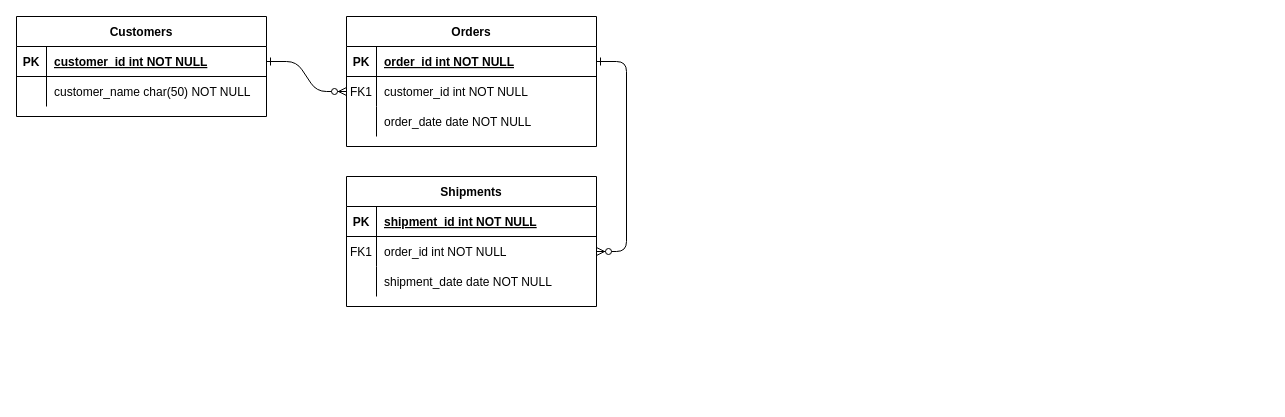
Earlier version of the draw.io diagram ERD.drawio (BondarevDima/Hospital). Source tidied: cells renumbered, new cells numbered last; positions are measured from the earlier drawing's top-left corner, leaving out a move shared by most shapes. Both pictures are drawn from the tidied source at 100%, with x=0, y=0 at pixel (16, 16).
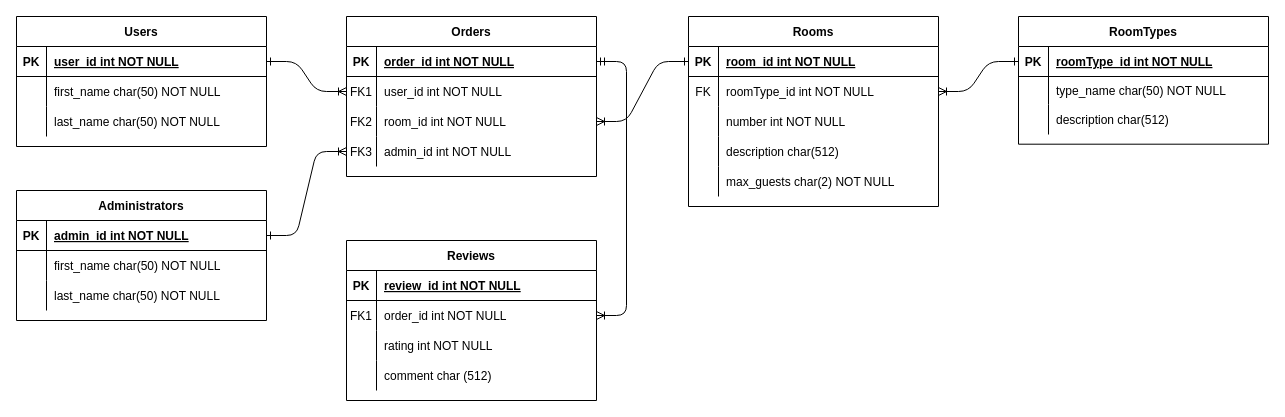
Above is the later version.

Unchanged cells that the change refers to:
```xml
<mxCell id="5" style="shape=partialRectangle;fillColor=none;points=[[0,0.5],[1,0.5]];portConstraint=eastwest;top=0;left=0;right=0;bottom=1;" parent="4" vertex="1">
  <mxGeometry y="30" width="250" height="30" as="geometry" />
</mxCell>
<mxCell id="8" style="shape=partialRectangle;fillColor=none;points=[[0,0.5],[1,0.5]];portConstraint=eastwest;top=0;left=0;right=0;bottom=0;" parent="4" vertex="1">
  <mxGeometry y="60" width="250" height="30" as="geometry" />
</mxCell>
<mxCell id="11" style="shape=partialRectangle;fillColor=none;points=[[0,0.5],[1,0.5]];portConstraint=eastwest;top=0;left=0;right=0;bottom=0;" parent="4" vertex="1">
  <mxGeometry y="90" width="250" height="30" as="geometry" />
</mxCell>
<mxCell id="25" style="shape=partialRectangle;fillColor=none;points=[[0,0.5],[1,0.5]];portConstraint=eastwest;top=0;left=0;right=0;bottom=1;" parent="24" vertex="1">
  <mxGeometry y="30" width="250" height="30" as="geometry" />
</mxCell>
<mxCell id="28" style="shape=partialRectangle;fillColor=none;top=0;left=0;right=0;bottom=0;" parent="24" vertex="1">
  <mxGeometry y="60" width="250" height="30" as="geometry" />
</mxCell>
```

Diff of the diagram source:
```diff
@@
-    <mxCell id="2" style="edgeStyle=entityRelationEdgeStyle;endArrow=ERzeroToMany;startArrow=ERone;endFill=1;startFill=0;" parent="1" edge="1" source="25" target="8">
+    <mxCell id="2" style="edgeStyle=entityRelationEdgeStyle;endArrow=ERoneToMany;startArrow=ERone;endFill=0;startFill=0;" parent="1" edge="1" source="25" target="8">
       <mxGeometry relative="1" as="geometry" />
     </mxCell>
-    <mxCell id="3" style="edgeStyle=entityRelationEdgeStyle;endArrow=ERzeroToMany;startArrow=ERone;endFill=1;startFill=0;" parent="1" edge="1" source="5" target="18">
+    <mxCell id="3" style="edgeStyle=entityRelationEdgeStyle;endArrow=ERoneToMany;startArrow=ERmandOne;endFill=0;startFill=0;entryX=1;entryY=0.5;entryDx=0;entryDy=0;exitX=1;exitY=0.5;exitDx=0;exitDy=0;" parent="1" edge="1" source="5" target="41">
       <mxGeometry relative="1" as="geometry" />
     </mxCell>
     <mxCell id="4" value="Orders" style="shape=table;startSize=30;childLayout=tableLayout;rowLines=0;fontStyle=1;align=center;" parent="1" vertex="1">
-      <mxGeometry x="330" width="250" height="130" as="geometry" />
+      <mxGeometry x="330" width="250" height="160" as="geometry" />
     </mxCell>
@@
-    <mxCell id="10" value="customer_id int NOT NULL" style="shape=partialRectangle;overflow=hidden;fillColor=none;top=0;left=0;bottom=0;right=0;align=left;spacingLeft=6;" parent="8" vertex="1">
+    <mxCell id="10" value="user_id int NOT NULL" style="shape=partialRectangle;overflow=hidden;fillColor=none;top=0;left=0;bottom=0;right=0;align=left;spacingLeft=6;" parent="8" vertex="1">
       <mxGeometry x="30" width="220" height="30" as="geometry" />
     </mxCell>
@@
-    <mxCell id="12" style="shape=partialRectangle;overflow=hidden;fillColor=none;top=0;left=0;bottom=0;right=0;" parent="11" vertex="1">
+    <mxCell id="12" value="FK2" style="shape=partialRectangle;overflow=hidden;fillColor=none;top=0;left=0;bottom=0;right=0;" parent="11" vertex="1">
       <mxGeometry width="30" height="30" as="geometry" />
     </mxCell>
-    <mxCell id="13" value="order_date date NOT NULL" style="shape=partialRectangle;overflow=hidden;fillColor=none;top=0;left=0;bottom=0;right=0;align=left;spacingLeft=6;" parent="11" vertex="1">
+    <mxCell id="13" value="room_id int NOT NULL" style="shape=partialRectangle;overflow=hidden;fillColor=none;top=0;left=0;bottom=0;right=0;align=left;spacingLeft=6;" parent="11" vertex="1">
       <mxGeometry x="30" width="220" height="30" as="geometry" />
     </mxCell>
-    <mxCell id="14" value="Shipments" style="shape=table;startSize=30;childLayout=tableLayout;rowLines=0;fontStyle=1;align=center;" parent="1" vertex="1">
-      <mxGeometry x="330" y="160" width="250" height="130" as="geometry" />
-    </mxCell>
-    <mxCell id="15" style="shape=partialRectangle;fillColor=none;top=0;left=0;right=0;bottom=1;" parent="14" vertex="1">
-      <mxGeometry y="30" width="250" height="30" as="geometry" />
-    </mxCell>
-    <mxCell id="16" value="PK" style="shape=partialRectangle;overflow=hidden;fillColor=none;top=0;left=0;bottom=0;right=0;fontStyle=1;" parent="15" vertex="1">
-      <mxGeometry width="30" height="30" as="geometry" />
-    </mxCell>
-    <mxCell id="17" value="shipment_id int NOT NULL " style="shape=partialRectangle;overflow=hidden;fillColor=none;top=0;left=0;bottom=0;right=0;align=left;spacingLeft=6;fontStyle=5;" parent="15" vertex="1">
-      <mxGeometry x="30" width="220" height="30" as="geometry" />
-    </mxCell>
-    <mxCell id="18" style="shape=partialRectangle;fillColor=none;points=[[0,0.5],[1,0.5]];portConstraint=eastwest;top=0;left=0;right=0;bottom=0;" parent="14" vertex="1">
-      <mxGeometry y="60" width="250" height="30" as="geometry" />
-    </mxCell>
-    <mxCell id="19" value="FK1" style="shape=partialRectangle;overflow=hidden;fillColor=none;top=0;left=0;bottom=0;right=0;" parent="18" vertex="1">
-      <mxGeometry width="30" height="30" as="geometry" />
-    </mxCell>
-    <mxCell id="20" value="order_id int NOT NULL" style="shape=partialRectangle;overflow=hidden;fillColor=none;top=0;left=0;bottom=0;right=0;align=left;spacingLeft=6;" parent="18" vertex="1">
-      <mxGeometry x="30" width="220" height="30" as="geometry" />
-    </mxCell>
-    <mxCell id="21" style="shape=partialRectangle;fillColor=none;top=0;left=0;right=0;bottom=0;" parent="14" vertex="1">
-      <mxGeometry y="90" width="250" height="30" as="geometry" />
-    </mxCell>
-    <mxCell id="22" style="shape=partialRectangle;overflow=hidden;fillColor=none;top=0;left=0;bottom=0;right=0;" parent="21" vertex="1">
-      <mxGeometry width="30" height="30" as="geometry" />
-    </mxCell>
-    <mxCell id="23" value="shipment_date date NOT NULL" style="shape=partialRectangle;overflow=hidden;fillColor=none;top=0;left=0;bottom=0;right=0;align=left;spacingLeft=6;" parent="21" vertex="1">
-      <mxGeometry x="30" width="220" height="30" as="geometry" />
-    </mxCell>
+    <mxCell id="31" style="shape=partialRectangle;fillColor=none;points=[[0,0.5],[1,0.5]];portConstraint=eastwest;top=0;left=0;right=0;bottom=0;" parent="4" vertex="1">
+      <mxGeometry y="120" width="250" height="30" as="geometry" />
+    </mxCell>
+    <mxCell id="32" value="FK3" style="shape=partialRectangle;overflow=hidden;fillColor=none;top=0;left=0;bottom=0;right=0;" parent="31" vertex="1">
+      <mxGeometry width="30" height="30" as="geometry" />
+    </mxCell>
+    <mxCell id="33" value="admin_id int NOT NULL" style="shape=partialRectangle;overflow=hidden;fillColor=none;top=0;left=0;bottom=0;right=0;align=left;spacingLeft=6;" parent="31" vertex="1">
+      <mxGeometry x="30" width="220" height="30" as="geometry" />
+    </mxCell>
-    <mxCell id="24" value="Customers" style="shape=table;startSize=30;childLayout=tableLayout;rowLines=0;fontStyle=1;align=center;" parent="1" vertex="1">
-      <mxGeometry width="250" height="100" as="geometry" />
+    <mxCell id="24" value="Users" style="shape=table;startSize=30;childLayout=tableLayout;rowLines=0;fontStyle=1;align=center;" parent="1" vertex="1">
+      <mxGeometry width="250" height="130" as="geometry" />
     </mxCell>
@@
-    <mxCell id="27" value="customer_id int NOT NULL " style="shape=partialRectangle;overflow=hidden;fillColor=none;top=0;left=0;bottom=0;right=0;align=left;spacingLeft=6;fontStyle=5;" parent="25" vertex="1">
+    <mxCell id="27" value="user_id int NOT NULL " style="shape=partialRectangle;overflow=hidden;fillColor=none;top=0;left=0;bottom=0;right=0;align=left;spacingLeft=6;fontStyle=5;" parent="25" vertex="1">
       <mxGeometry x="30" width="220" height="30" as="geometry" />
     </mxCell>
@@
-    <mxCell id="30" value="customer_name char(50) NOT NULL" style="shape=partialRectangle;overflow=hidden;fillColor=none;top=0;left=0;bottom=0;right=0;align=left;spacingLeft=6;" parent="28" vertex="1">
+    <mxCell id="30" value="first_name char(50) NOT NULL" style="shape=partialRectangle;overflow=hidden;fillColor=none;top=0;left=0;bottom=0;right=0;align=left;spacingLeft=6;" parent="28" vertex="1">
       <mxGeometry x="30" width="220" height="30" as="geometry" />
     </mxCell>
+    <mxCell id="34" style="shape=partialRectangle;fillColor=none;top=0;left=0;right=0;bottom=0;" parent="24" vertex="1">
+      <mxGeometry y="90" width="250" height="30" as="geometry" />
+    </mxCell>
+    <mxCell id="35" style="shape=partialRectangle;overflow=hidden;fillColor=none;top=0;left=0;bottom=0;right=0;" parent="34" vertex="1">
+      <mxGeometry width="30" height="30" as="geometry" />
+    </mxCell>
+    <mxCell id="36" value="last_name char(50) NOT NULL" style="shape=partialRectangle;overflow=hidden;fillColor=none;top=0;left=0;bottom=0;right=0;align=left;spacingLeft=6;" parent="34" vertex="1">
+      <mxGeometry x="30" width="220" height="30" as="geometry" />
+    </mxCell>
+    <mxCell id="37" value="Reviews" style="shape=table;startSize=30;childLayout=tableLayout;rowLines=0;fontStyle=1;align=center;" parent="1" vertex="1">
+      <mxGeometry x="330" y="224" width="250" height="160" as="geometry" />
+    </mxCell>
+    <mxCell id="38" style="shape=partialRectangle;fillColor=none;top=0;left=0;right=0;bottom=1;" parent="37" vertex="1">
+      <mxGeometry y="30" width="250" height="30" as="geometry" />
+    </mxCell>
+    <mxCell id="39" value="PK" style="shape=partialRectangle;overflow=hidden;fillColor=none;top=0;left=0;bottom=0;right=0;fontStyle=1;" parent="38" vertex="1">
+      <mxGeometry width="30" height="30" as="geometry" />
+    </mxCell>
+    <mxCell id="40" value="review_id int NOT NULL " style="shape=partialRectangle;overflow=hidden;fillColor=none;top=0;left=0;bottom=0;right=0;align=left;spacingLeft=6;fontStyle=5;" parent="38" vertex="1">
+      <mxGeometry x="30" width="220" height="30" as="geometry" />
+    </mxCell>
+    <mxCell id="41" style="shape=partialRectangle;fillColor=none;points=[[0,0.5],[1,0.5]];portConstraint=eastwest;top=0;left=0;right=0;bottom=0;" parent="37" vertex="1">
+      <mxGeometry y="60" width="250" height="30" as="geometry" />
+    </mxCell>
+    <mxCell id="19" value="FK1" style="shape=partialRectangle;overflow=hidden;fillColor=none;top=0;left=0;bottom=0;right=0;" parent="41" vertex="1">
+      <mxGeometry width="30" height="30" as="geometry" />
+    </mxCell>
+    <mxCell id="20" value="order_id int NOT NULL" style="shape=partialRectangle;overflow=hidden;fillColor=none;top=0;left=0;bottom=0;right=0;align=left;spacingLeft=6;" parent="41" vertex="1">
+      <mxGeometry x="30" width="220" height="30" as="geometry" />
+    </mxCell>
+    <mxCell id="42" style="shape=partialRectangle;fillColor=none;top=0;left=0;right=0;bottom=0;" parent="37" vertex="1">
+      <mxGeometry y="90" width="250" height="30" as="geometry" />
+    </mxCell>
+    <mxCell id="43" style="shape=partialRectangle;overflow=hidden;fillColor=none;top=0;left=0;bottom=0;right=0;" parent="42" vertex="1">
+      <mxGeometry width="30" height="30" as="geometry" />
+    </mxCell>
+    <mxCell id="44" value="rating int NOT NULL" style="shape=partialRectangle;overflow=hidden;fillColor=none;top=0;left=0;bottom=0;right=0;align=left;spacingLeft=6;" parent="42" vertex="1">
+      <mxGeometry x="30" width="220" height="30" as="geometry" />
+    </mxCell>
+    <mxCell id="45" style="shape=partialRectangle;fillColor=none;top=0;left=0;right=0;bottom=0;" parent="37" vertex="1">
+      <mxGeometry y="120" width="250" height="30" as="geometry" />
+    </mxCell>
+    <mxCell id="46" style="shape=partialRectangle;overflow=hidden;fillColor=none;top=0;left=0;bottom=0;right=0;" parent="45" vertex="1">
+      <mxGeometry width="30" height="30" as="geometry" />
+    </mxCell>
+    <mxCell id="47" value="comment char (512) " style="shape=partialRectangle;overflow=hidden;fillColor=none;top=0;left=0;bottom=0;right=0;align=left;spacingLeft=6;" parent="45" vertex="1">
+      <mxGeometry x="30" width="220" height="30" as="geometry" />
+    </mxCell>
+    <mxCell id="48" value="Rooms" style="shape=table;startSize=30;childLayout=tableLayout;rowLines=0;fontStyle=1;align=center;" parent="1" vertex="1">
+      <mxGeometry x="672" width="250" height="190" as="geometry" />
+    </mxCell>
+    <mxCell id="49" style="shape=partialRectangle;fillColor=none;points=[[0,0.5],[1,0.5]];portConstraint=eastwest;top=0;left=0;right=0;bottom=1;" parent="48" vertex="1">
+      <mxGeometry y="30" width="250" height="30" as="geometry" />
+    </mxCell>
+    <mxCell id="50" value="PK" style="shape=partialRectangle;overflow=hidden;fillColor=none;top=0;left=0;bottom=0;right=0;fontStyle=1;" parent="49" vertex="1">
+      <mxGeometry width="30" height="30" as="geometry" />
+    </mxCell>
+    <mxCell id="51" value="room_id int NOT NULL " style="shape=partialRectangle;overflow=hidden;fillColor=none;top=0;left=0;bottom=0;right=0;align=left;spacingLeft=6;fontStyle=5;" parent="49" vertex="1">
+      <mxGeometry x="30" width="220" height="30" as="geometry" />
+    </mxCell>
+    <mxCell id="52" style="shape=partialRectangle;fillColor=none;points=[[0,0.5],[1,0.5]];portConstraint=eastwest;top=0;left=0;right=0;bottom=0;" parent="48" vertex="1">
+      <mxGeometry y="60" width="250" height="30" as="geometry" />
+    </mxCell>
+    <mxCell id="53" value="FK" style="shape=partialRectangle;overflow=hidden;fillColor=none;top=0;left=0;bottom=0;right=0;" parent="52" vertex="1">
+      <mxGeometry width="30" height="30" as="geometry" />
+    </mxCell>
+    <mxCell id="54" value="roomType_id int NOT NULL" style="shape=partialRectangle;overflow=hidden;fillColor=none;top=0;left=0;bottom=0;right=0;align=left;spacingLeft=6;" parent="52" vertex="1">
+      <mxGeometry x="30" width="220" height="30" as="geometry" />
+    </mxCell>
+    <mxCell id="55" style="shape=partialRectangle;fillColor=none;top=0;left=0;right=0;bottom=0;" parent="48" vertex="1">
+      <mxGeometry y="90" width="250" height="30" as="geometry" />
+    </mxCell>
+    <mxCell id="56" style="shape=partialRectangle;overflow=hidden;fillColor=none;top=0;left=0;bottom=0;right=0;" parent="55" vertex="1">
+      <mxGeometry width="30" height="30" as="geometry" />
+    </mxCell>
+    <mxCell id="57" value="number int NOT NULL" style="shape=partialRectangle;overflow=hidden;fillColor=none;top=0;left=0;bottom=0;right=0;align=left;spacingLeft=6;" parent="55" vertex="1">
+      <mxGeometry x="30" width="220" height="30" as="geometry" />
+    </mxCell>
+    <mxCell id="58" style="shape=partialRectangle;fillColor=none;top=0;left=0;right=0;bottom=0;" parent="48" vertex="1">
+      <mxGeometry y="120" width="250" height="30" as="geometry" />
+    </mxCell>
+    <mxCell id="59" style="shape=partialRectangle;overflow=hidden;fillColor=none;top=0;left=0;bottom=0;right=0;" parent="58" vertex="1">
+      <mxGeometry width="30" height="30" as="geometry" />
+    </mxCell>
+    <mxCell id="60" value="description char(512) " style="shape=partialRectangle;overflow=hidden;fillColor=none;top=0;left=0;bottom=0;right=0;align=left;spacingLeft=6;" parent="58" vertex="1">
+      <mxGeometry x="30" width="220" height="30" as="geometry" />
+    </mxCell>
+    <mxCell id="61" style="shape=partialRectangle;fillColor=none;top=0;left=0;right=0;bottom=0;" parent="48" vertex="1">
+      <mxGeometry y="150" width="250" height="30" as="geometry" />
+    </mxCell>
+    <mxCell id="62" style="shape=partialRectangle;overflow=hidden;fillColor=none;top=0;left=0;bottom=0;right=0;" parent="61" vertex="1">
+      <mxGeometry width="30" height="30" as="geometry" />
+    </mxCell>
+    <mxCell id="63" value="max_guests char(2) NOT NULL" style="shape=partialRectangle;overflow=hidden;fillColor=none;top=0;left=0;bottom=0;right=0;align=left;spacingLeft=6;" parent="61" vertex="1">
+      <mxGeometry x="30" width="220" height="30" as="geometry" />
+    </mxCell>
+    <mxCell id="64" style="edgeStyle=entityRelationEdgeStyle;endArrow=ERoneToMany;startArrow=ERone;endFill=0;startFill=0;entryX=1;entryY=0.5;entryDx=0;entryDy=0;exitX=0;exitY=0.5;exitDx=0;exitDy=0;" parent="1" edge="1" source="49" target="11">
+      <mxGeometry relative="1" as="geometry" />
+    </mxCell>
+    <mxCell id="65" value="RoomTypes" style="shape=table;startSize=30;childLayout=tableLayout;rowLines=0;fontStyle=1;align=center;" parent="1" vertex="1">
+      <mxGeometry x="1002" width="250" height="127.7" as="geometry" />
+    </mxCell>
+    <mxCell id="66" style="shape=partialRectangle;fillColor=none;points=[[0,0.5],[1,0.5]];portConstraint=eastwest;top=0;left=0;right=0;bottom=1;" parent="65" vertex="1">
+      <mxGeometry y="30" width="250" height="30" as="geometry" />
+    </mxCell>
+    <mxCell id="67" value="PK" style="shape=partialRectangle;overflow=hidden;fillColor=none;top=0;left=0;bottom=0;right=0;fontStyle=1;" parent="66" vertex="1">
+      <mxGeometry width="30" height="30" as="geometry" />
+    </mxCell>
+    <mxCell id="68" value="roomType_id int NOT NULL " style="shape=partialRectangle;overflow=hidden;fillColor=none;top=0;left=0;bottom=0;right=0;align=left;spacingLeft=6;fontStyle=5;" parent="66" vertex="1">
+      <mxGeometry x="30" width="220" height="30" as="geometry" />
+    </mxCell>
+    <mxCell id="69" style="shape=partialRectangle;fillColor=none;top=0;left=0;right=0;bottom=0;" parent="65" vertex="1">
+      <mxGeometry y="60" width="250" height="28" as="geometry" />
+    </mxCell>
+    <mxCell id="70" style="shape=partialRectangle;overflow=hidden;fillColor=none;top=0;left=0;bottom=0;right=0;" parent="69" vertex="1">
+      <mxGeometry width="30" height="28" as="geometry" />
+    </mxCell>
+    <mxCell id="71" value="type_name char(50) NOT NULL" style="shape=partialRectangle;overflow=hidden;fillColor=none;top=0;left=0;bottom=0;right=0;align=left;spacingLeft=6;" parent="69" vertex="1">
+      <mxGeometry x="30" width="220" height="28" as="geometry" />
+    </mxCell>
+    <mxCell id="72" style="shape=partialRectangle;fillColor=none;top=0;left=0;right=0;bottom=0;" parent="65" vertex="1">
+      <mxGeometry y="88" width="250" height="30" as="geometry" />
+    </mxCell>
+    <mxCell id="73" style="shape=partialRectangle;overflow=hidden;fillColor=none;top=0;left=0;bottom=0;right=0;" parent="72" vertex="1">
+      <mxGeometry width="30" height="30" as="geometry" />
+    </mxCell>
+    <mxCell id="74" value="description char(512) " style="shape=partialRectangle;overflow=hidden;fillColor=none;top=0;left=0;bottom=0;right=0;align=left;spacingLeft=6;" parent="72" vertex="1">
+      <mxGeometry x="30" width="220" height="30" as="geometry" />
+    </mxCell>
+    <mxCell id="75" value="Administrators" style="shape=table;startSize=30;childLayout=tableLayout;rowLines=0;fontStyle=1;align=center;" parent="1" vertex="1">
+      <mxGeometry y="174" width="250" height="130" as="geometry" />
+    </mxCell>
+    <mxCell id="76" style="shape=partialRectangle;fillColor=none;points=[[0,0.5],[1,0.5]];portConstraint=eastwest;top=0;left=0;right=0;bottom=1;" parent="75" vertex="1">
+      <mxGeometry y="30" width="250" height="30" as="geometry" />
+    </mxCell>
+    <mxCell id="77" value="PK" style="shape=partialRectangle;overflow=hidden;fillColor=none;top=0;left=0;bottom=0;right=0;fontStyle=1;" parent="76" vertex="1">
+      <mxGeometry width="30" height="30" as="geometry" />
+    </mxCell>
+    <mxCell id="78" value="admin_id int NOT NULL " style="shape=partialRectangle;overflow=hidden;fillColor=none;top=0;left=0;bottom=0;right=0;align=left;spacingLeft=6;fontStyle=5;" parent="76" vertex="1">
+      <mxGeometry x="30" width="220" height="30" as="geometry" />
+    </mxCell>
+    <mxCell id="79" style="shape=partialRectangle;fillColor=none;top=0;left=0;right=0;bottom=0;" parent="75" vertex="1">
+      <mxGeometry y="60" width="250" height="30" as="geometry" />
+    </mxCell>
+    <mxCell id="80" style="shape=partialRectangle;overflow=hidden;fillColor=none;top=0;left=0;bottom=0;right=0;" parent="79" vertex="1">
+      <mxGeometry width="30" height="30" as="geometry" />
+    </mxCell>
+    <mxCell id="81" value="first_name char(50) NOT NULL" style="shape=partialRectangle;overflow=hidden;fillColor=none;top=0;left=0;bottom=0;right=0;align=left;spacingLeft=6;" parent="79" vertex="1">
+      <mxGeometry x="30" width="220" height="30" as="geometry" />
+    </mxCell>
+    <mxCell id="82" style="shape=partialRectangle;fillColor=none;top=0;left=0;right=0;bottom=0;" parent="75" vertex="1">
+      <mxGeometry y="90" width="250" height="30" as="geometry" />
+    </mxCell>
+    <mxCell id="83" style="shape=partialRectangle;overflow=hidden;fillColor=none;top=0;left=0;bottom=0;right=0;" parent="82" vertex="1">
+      <mxGeometry width="30" height="30" as="geometry" />
+    </mxCell>
+    <mxCell id="84" value="last_name char(50) NOT NULL" style="shape=partialRectangle;overflow=hidden;fillColor=none;top=0;left=0;bottom=0;right=0;align=left;spacingLeft=6;" parent="82" vertex="1">
+      <mxGeometry x="30" width="220" height="30" as="geometry" />
+    </mxCell>
+    <mxCell id="85" style="edgeStyle=entityRelationEdgeStyle;endArrow=ERoneToMany;startArrow=ERone;endFill=0;startFill=0;exitX=1;exitY=0.5;exitDx=0;exitDy=0;entryX=0;entryY=0.5;entryDx=0;entryDy=0;" parent="1" edge="1" source="76" target="31">
+      <mxGeometry relative="1" as="geometry" />
+    </mxCell>
+    <mxCell id="86" style="edgeStyle=entityRelationEdgeStyle;endArrow=ERoneToMany;startArrow=ERone;endFill=0;startFill=0;exitX=0;exitY=0.5;exitDx=0;exitDy=0;" parent="1" edge="1" source="66" target="52">
+      <mxGeometry relative="1" as="geometry" />
+    </mxCell>
```
